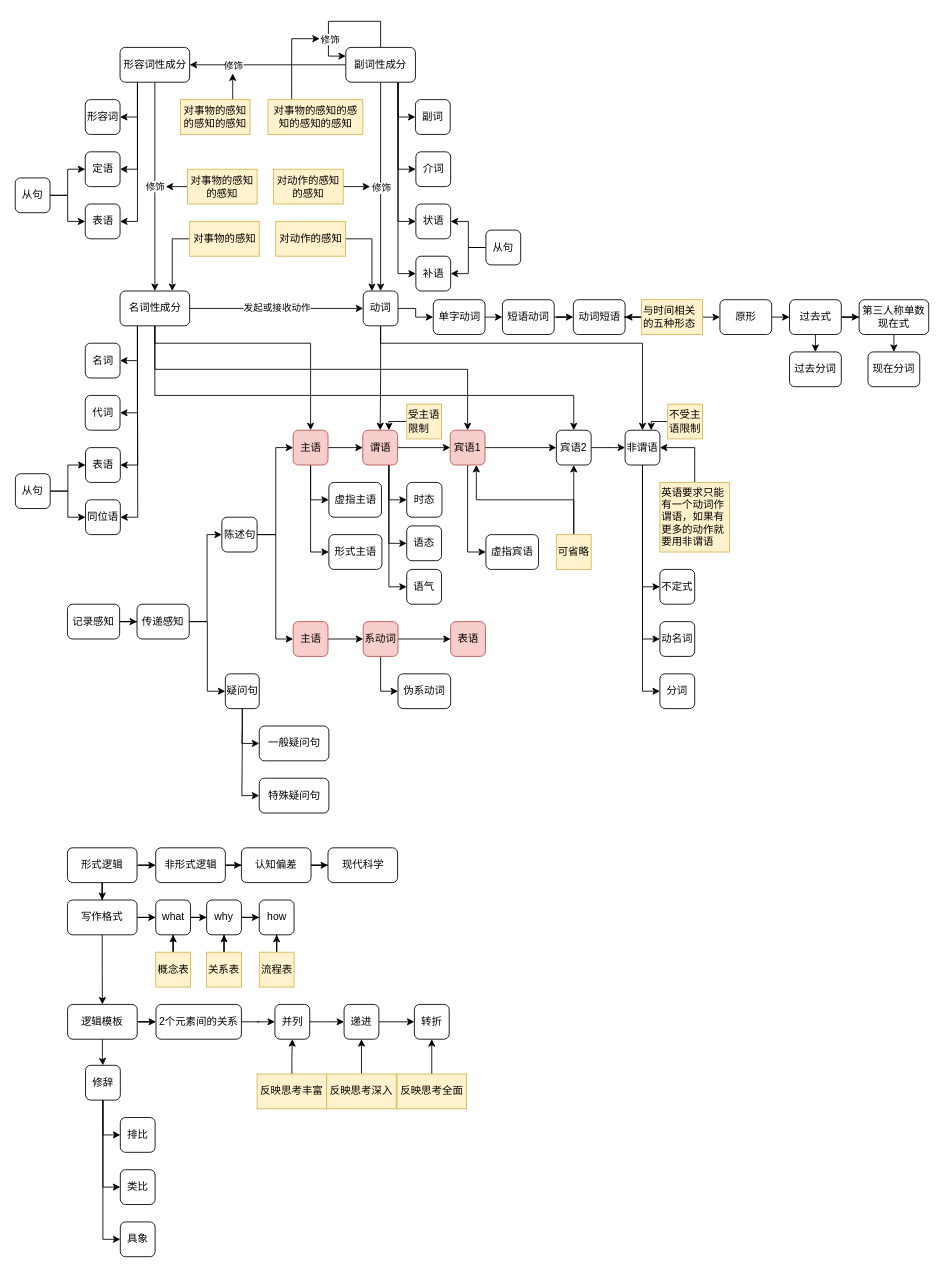
yanhanfrontend/draw.io.workspace keeps this draw.io diagram as 语言文字.drawio. Above is the earlier version. Source tidied: cells renumbered, new cells numbered last; positions are measured from the earlier drawing's top-left corner, leaving out a move shared by most shapes. Both pictures are drawn from the tidied source at 87%, with x=0, y=0 at pixel (15, 21).
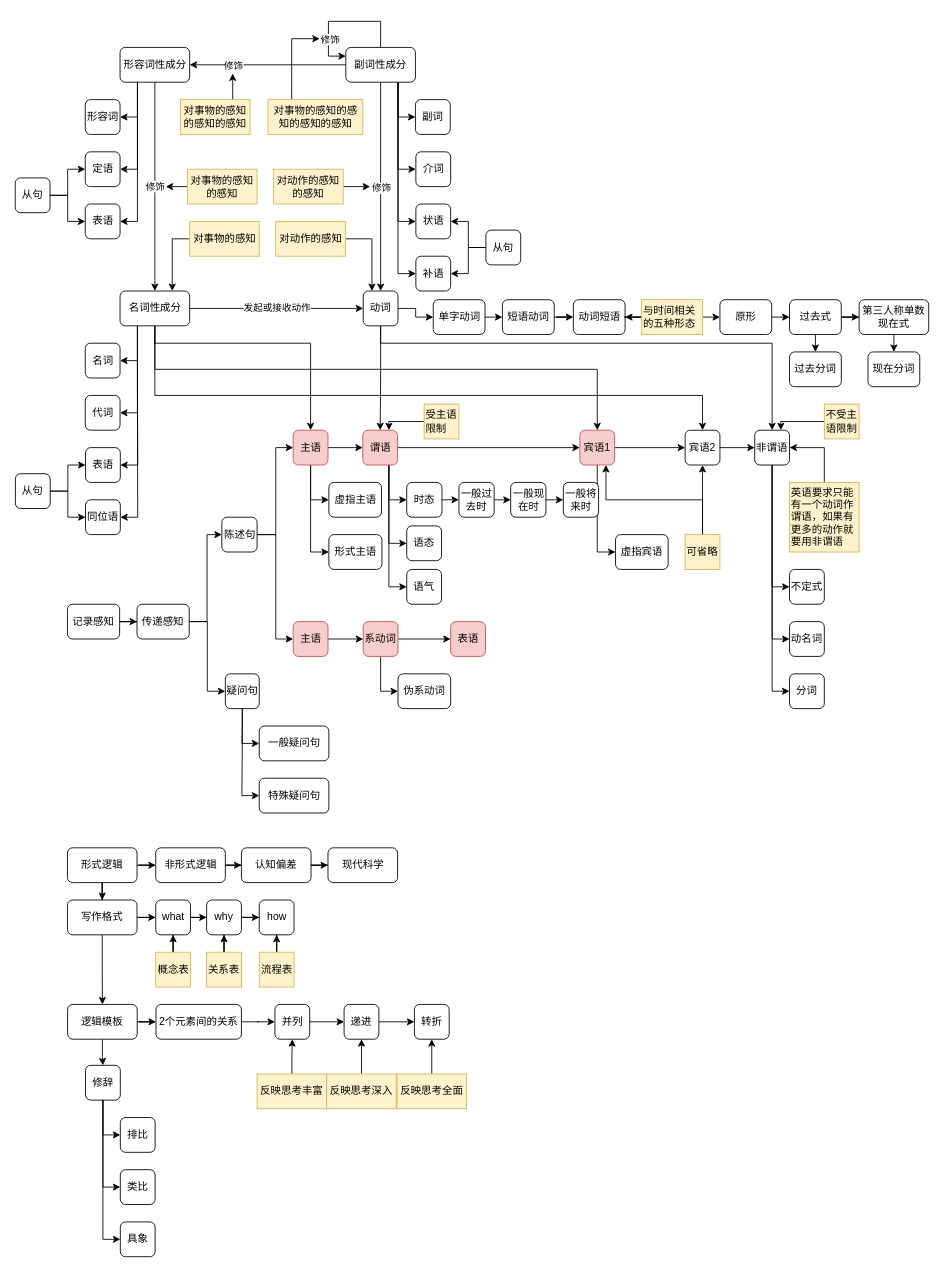
The same page after the edit.

Commit message (it also covers changes not shown here):
更新语言文字.drawio

Unchanged cells that the change refers to:
```xml
<mxCell id="72" value="谓语" style="rounded=1;whiteSpace=wrap;html=1;fillColor=#f8cecc;strokeColor=#b85450;" parent="1" vertex="1">
  <mxGeometry x="399.5" y="470" width="40" height="40" as="geometry" />
</mxCell>
<mxCell id="110" value="名词性成分" style="rounded=1;whiteSpace=wrap;html=1;" parent="1" vertex="1">
  <mxGeometry x="120.5" y="310" width="80" height="40" as="geometry" />
</mxCell>
<mxCell id="132" value="动词" style="rounded=1;whiteSpace=wrap;html=1;" parent="1" vertex="1">
  <mxGeometry x="400" y="310" width="40" height="40" as="geometry" />
</mxCell>
<mxCell id="149" value="时态" style="rounded=1;whiteSpace=wrap;html=1;" parent="1" vertex="1">
  <mxGeometry x="450" y="530" width="40.5" height="40" as="geometry" />
</mxCell>
```

What changed in the source:
```diff
@@
     <mxCell id="75" value="宾语1" style="rounded=1;whiteSpace=wrap;html=1;fillColor=#f8cecc;strokeColor=#b85450;" parent="1" vertex="1">
-      <mxGeometry x="500" y="470" width="40" height="40" as="geometry" />
+      <mxGeometry x="649" y="470" width="40" height="40" as="geometry" />
     </mxCell>
@@
     <mxCell id="77" value="宾语2" style="rounded=1;whiteSpace=wrap;html=1;" parent="1" vertex="1">
-      <mxGeometry x="622" y="470" width="40" height="40" as="geometry" />
+      <mxGeometry x="770" y="470" width="40" height="40" as="geometry" />
     </mxCell>
@@
     <mxCell id="80" value="可省略" style="text;html=1;align=left;verticalAlign=middle;whiteSpace=wrap;rounded=0;fillColor=#fff2cc;strokeColor=#d6b656;" parent="1" vertex="1">
-      <mxGeometry x="622" y="590" width="40" height="40" as="geometry" />
+      <mxGeometry x="770" y="590" width="40" height="40" as="geometry" />
     </mxCell>
@@
     <mxCell id="86" value="非谓语" style="rounded=1;whiteSpace=wrap;html=1;" parent="1" vertex="1">
-      <mxGeometry x="701" y="470" width="40" height="40" as="geometry" />
+      <mxGeometry x="850" y="470" width="40" height="40" as="geometry" />
     </mxCell>
     <mxCell id="87" value="不定式" style="rounded=1;whiteSpace=wrap;html=1;" parent="1" vertex="1">
-      <mxGeometry x="741" y="630" width="40" height="40" as="geometry" />
+      <mxGeometry x="890" y="630" width="40" height="40" as="geometry" />
     </mxCell>
     <mxCell id="88" value="动名词" style="rounded=1;whiteSpace=wrap;html=1;" parent="1" vertex="1">
-      <mxGeometry x="741" y="690" width="40" height="40" as="geometry" />
+      <mxGeometry x="890" y="690" width="40" height="40" as="geometry" />
     </mxCell>
@@
     <mxCell id="106" style="edgeStyle=orthogonalEdgeStyle;rounded=0;jettySize=auto;html=1;exitX=0.5;exitY=1;exitDx=0;exitDy=0;entryX=0.5;entryY=0;entryDx=0;entryDy=0;" parent="1" edge="1" source="110" target="75">
       <mxGeometry relative="1" as="geometry">
         <Array as="points">
-          <mxPoint x="160.5" y="400" />
-          <mxPoint x="520.5" y="400" />
+          <mxPoint x="161" y="400" />
+          <mxPoint x="669" y="400" />
         </Array>
       </mxGeometry>
     </mxCell>
     <mxCell id="107" style="edgeStyle=orthogonalEdgeStyle;rounded=0;jettySize=auto;html=1;exitX=0.5;exitY=1;exitDx=0;exitDy=0;entryX=0.5;entryY=0;entryDx=0;entryDy=0;" parent="1" edge="1" source="110" target="77">
       <mxGeometry relative="1" as="geometry">
         <Array as="points">
-          <mxPoint x="160.5" y="430" />
-          <mxPoint x="642.5" y="430" />
+          <mxPoint x="161" y="430" />
+          <mxPoint x="790" y="430" />
         </Array>
       </mxGeometry>
     </mxCell>
@@
     <mxCell id="130" style="edgeStyle=orthogonalEdgeStyle;rounded=0;jettySize=auto;html=1;exitX=0.5;exitY=1;exitDx=0;exitDy=0;entryX=0.5;entryY=0;entryDx=0;entryDy=0;" parent="1" edge="1" source="132" target="86">
       <mxGeometry relative="1" as="geometry">
         <Array as="points">
-          <mxPoint x="420.5" y="370" />
-          <mxPoint x="721.5" y="370" />
+          <mxPoint x="420" y="370" />
+          <mxPoint x="870" y="370" />
         </Array>
       </mxGeometry>
     </mxCell>
@@
     <mxCell id="134" value="英语要求只能有一个动词作谓语，如果有更多的动作就要用非谓语" style="text;html=1;align=left;verticalAlign=middle;whiteSpace=wrap;rounded=0;fillColor=#fff2cc;strokeColor=#d6b656;" parent="1" vertex="1">
-      <mxGeometry x="741" y="530" width="80" height="80" as="geometry" />
+      <mxGeometry x="890" y="530" width="80" height="80" as="geometry" />
     </mxCell>
@@
+    <mxCell id="181" style="edgeStyle=orthogonalEdgeStyle;rounded=0;jettySize=auto;html=1;exitX=1;exitY=0.5;exitDx=0;exitDy=0;entryX=0;entryY=0.5;entryDx=0;entryDy=0;" parent="1" edge="1" source="149" target="183">
+      <mxGeometry relative="1" as="geometry" />
+    </mxCell>
@@
     <mxCell id="153" value="&lt;span style=&quot;text-align: left;&quot;&gt;虚指宾语&lt;/span&gt;" style="rounded=1;whiteSpace=wrap;html=1;" parent="1" vertex="1">
-      <mxGeometry x="541" y="590" width="60.5" height="40" as="geometry" />
+      <mxGeometry x="690" y="590" width="60.5" height="40" as="geometry" />
     </mxCell>
@@
     <mxCell id="159" style="edgeStyle=orthogonalEdgeStyle;rounded=0;jettySize=auto;html=1;exitX=0;exitY=0.5;exitDx=0;exitDy=0;entryX=0.75;entryY=0;entryDx=0;entryDy=0;" parent="1" edge="1" source="160" target="72">
-      <mxGeometry relative="1" as="geometry" />
+      <mxGeometry relative="1" as="geometry">
+        <Array as="points">
+          <mxPoint x="430" y="460" />
+        </Array>
+      </mxGeometry>
     </mxCell>
     <mxCell id="160" value="受主语限制" style="text;html=1;align=left;verticalAlign=middle;whiteSpace=wrap;rounded=0;fillColor=#fff2cc;strokeColor=#d6b656;" parent="1" vertex="1">
-      <mxGeometry x="450" y="440" width="40" height="40" as="geometry" />
+      <mxGeometry x="470" y="440" width="40" height="40" as="geometry" />
     </mxCell>
     <mxCell id="161" style="edgeStyle=orthogonalEdgeStyle;rounded=0;jettySize=auto;html=1;exitX=0;exitY=0.5;exitDx=0;exitDy=0;entryX=0.75;entryY=0;entryDx=0;entryDy=0;" parent="1" edge="1" source="162" target="86">
-      <mxGeometry relative="1" as="geometry" />
+      <mxGeometry relative="1" as="geometry">
+        <Array as="points">
+          <mxPoint x="880" y="460" />
+        </Array>
+      </mxGeometry>
     </mxCell>
     <mxCell id="162" value="不&lt;span style=&quot;background-color: transparent; color: light-dark(rgb(0, 0, 0), rgb(255, 255, 255));&quot;&gt;受主语限制&lt;/span&gt;" style="text;html=1;align=left;verticalAlign=middle;whiteSpace=wrap;rounded=0;fillColor=#fff2cc;strokeColor=#d6b656;" parent="1" vertex="1">
-      <mxGeometry x="750" y="440" width="40" height="40" as="geometry" />
+      <mxGeometry x="930" y="440" width="40" height="40" as="geometry" />
     </mxCell>
     <mxCell id="163" value="分&lt;span style=&quot;background-color: transparent; color: light-dark(rgb(0, 0, 0), rgb(255, 255, 255));&quot;&gt;词&lt;/span&gt;" style="rounded=1;whiteSpace=wrap;html=1;" parent="1" vertex="1">
-      <mxGeometry x="741" y="750" width="40" height="40" as="geometry" />
+      <mxGeometry x="890" y="750" width="40" height="40" as="geometry" />
     </mxCell>
@@
+    <mxCell id="182" style="edgeStyle=orthogonalEdgeStyle;rounded=0;jettySize=auto;html=1;exitX=1;exitY=0.5;exitDx=0;exitDy=0;entryX=0;entryY=0.5;entryDx=0;entryDy=0;" parent="1" edge="1" source="183" target="185">
+      <mxGeometry relative="1" as="geometry" />
+    </mxCell>
+    <mxCell id="183" value="一般过去时" style="rounded=1;whiteSpace=wrap;html=1;" parent="1" vertex="1">
+      <mxGeometry x="510" y="530" width="40.5" height="40" as="geometry" />
+    </mxCell>
+    <mxCell id="184" style="edgeStyle=orthogonalEdgeStyle;rounded=0;jettySize=auto;html=1;exitX=1;exitY=0.5;exitDx=0;exitDy=0;entryX=0;entryY=0.5;entryDx=0;entryDy=0;" parent="1" edge="1" source="185" target="186">
+      <mxGeometry relative="1" as="geometry" />
+    </mxCell>
+    <mxCell id="185" value="一般现在时" style="rounded=1;whiteSpace=wrap;html=1;" parent="1" vertex="1">
+      <mxGeometry x="569.5" y="530" width="40.5" height="40" as="geometry" />
+    </mxCell>
+    <mxCell id="186" value="一般将来时" style="rounded=1;whiteSpace=wrap;html=1;" parent="1" vertex="1">
+      <mxGeometry x="630" y="530" width="40.5" height="40" as="geometry" />
+    </mxCell>
```
